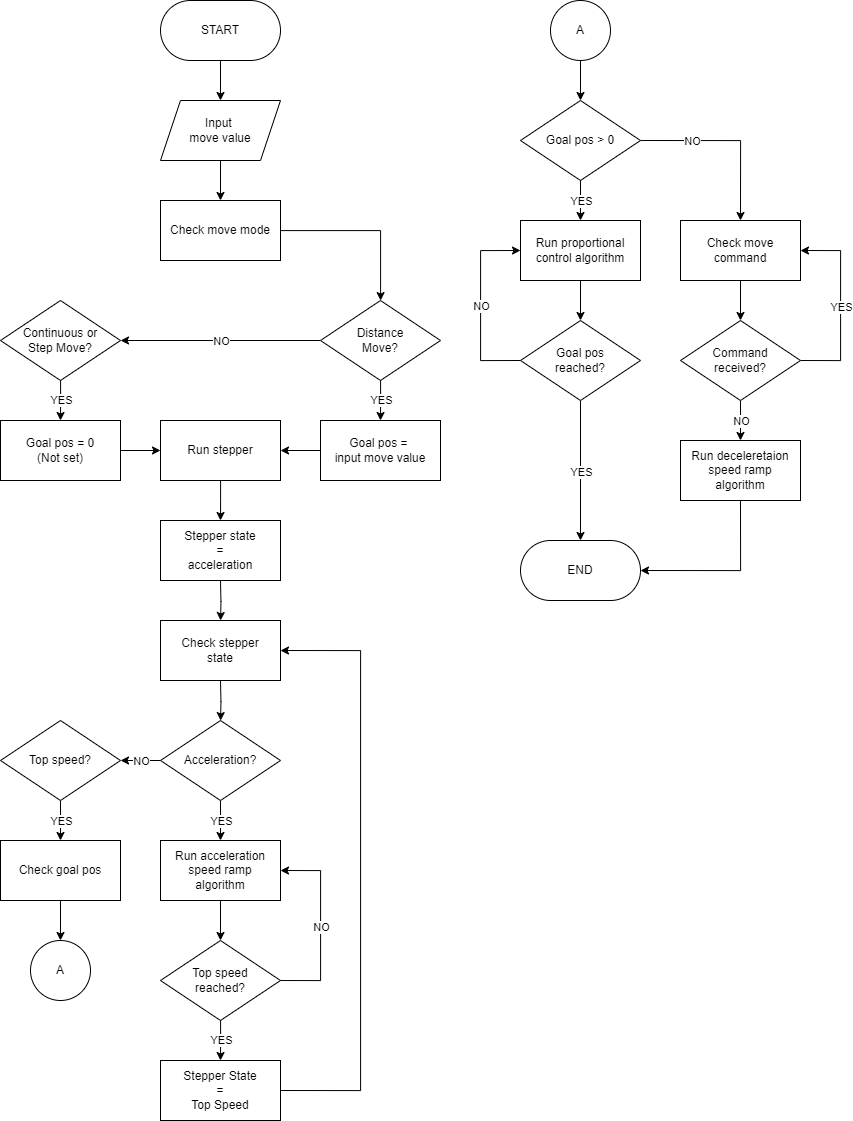
Before: Breakdown/Exported/Algorithm Flowchart-Move Algorithm.png, a diagram exported from draw.io (AlfonsusGiovanni/Welding-Arm-Manipulator). Source tidied: cells renumbered, new cells last; positions are measured from the earlier drawing's top-left corner, leaving out a move shared by most shapes.
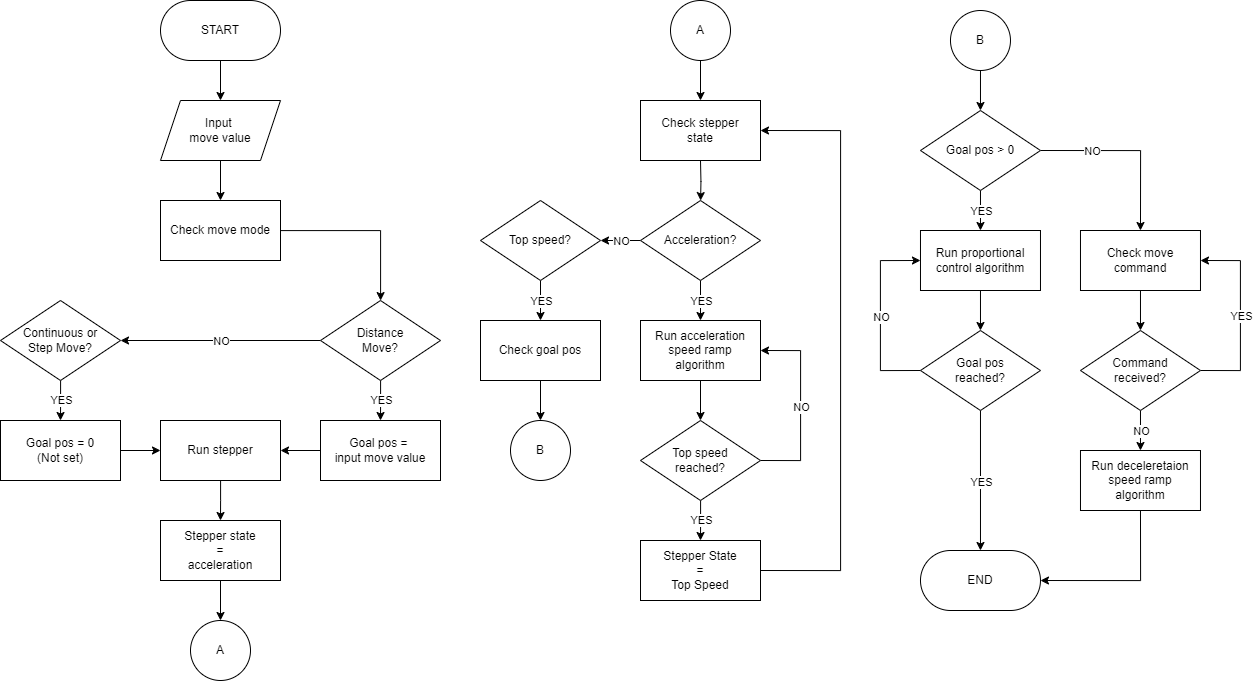
After the change.

Diff of the diagram source:
```diff
@@ -69,7 +69,7 @@
       <mxGeometry relative="1" as="geometry" />
     </mxCell>
     <mxCell id="22" value="Acceleration?" style="rhombus;whiteSpace=wrap;html=1;" parent="1" vertex="1">
-      <mxGeometry x="160" y="720" width="120" height="80" as="geometry" />
+      <mxGeometry x="640" y="200" width="120" height="80" as="geometry" />
     </mxCell>
     <mxCell id="23" style="edgeStyle=orthogonalEdgeStyle;rounded=0;jettySize=auto;html=1;" parent="1" edge="1" source="25" target="46">
       <mxGeometry relative="1" as="geometry" />
@@ -78,30 +78,30 @@
       <mxGeometry relative="1" as="geometry" />
     </mxCell>
     <mxCell id="25" value="Top speed?" style="rhombus;whiteSpace=wrap;html=1;" parent="1" vertex="1">
-      <mxGeometry y="720" width="120" height="80" as="geometry" />
+      <mxGeometry x="480" y="200" width="120" height="80" as="geometry" />
     </mxCell>
     <mxCell id="26" style="edgeStyle=orthogonalEdgeStyle;rounded=0;jettySize=auto;html=1;" parent="1" edge="1" target="22">
       <mxGeometry relative="1" as="geometry">
-        <mxPoint x="220" y="680" as="sourcePoint" />
+        <mxPoint x="700" y="160" as="sourcePoint" />
       </mxGeometry>
     </mxCell>
     <mxCell id="27" style="edgeStyle=orthogonalEdgeStyle;rounded=0;jettySize=auto;html=1;" parent="1" edge="1" source="28" target="35">
       <mxGeometry relative="1" as="geometry" />
     </mxCell>
     <mxCell id="28" value="Run acceleration&lt;div&gt;speed ramp&lt;/div&gt;&lt;div&gt;algorithm&lt;/div&gt;" style="rounded=0;whiteSpace=wrap;html=1;" parent="1" vertex="1">
-      <mxGeometry x="160" y="840" width="120" height="60" as="geometry" />
+      <mxGeometry x="640" y="320" width="120" height="60" as="geometry" />
     </mxCell>
     <mxCell id="29" style="edgeStyle=orthogonalEdgeStyle;rounded=0;jettySize=auto;html=1;" parent="1" edge="1" source="30" target="41">
       <mxGeometry relative="1" as="geometry" />
     </mxCell>
     <mxCell id="30" value="Run proportional&lt;div&gt;control algorithm&lt;/div&gt;" style="rounded=0;whiteSpace=wrap;html=1;" parent="1" vertex="1">
-      <mxGeometry x="520" y="220" width="120" height="60" as="geometry" />
+      <mxGeometry x="920" y="230" width="120" height="60" as="geometry" />
     </mxCell>
     <mxCell id="31" style="edgeStyle=orthogonalEdgeStyle;rounded=0;jettySize=auto;html=1;exitX=1;exitY=0.5;exitDx=0;exitDy=0;entryX=1;entryY=0.5;entryDx=0;entryDy=0;" parent="1" edge="1" source="35" target="28">
       <mxGeometry relative="1" as="geometry">
         <Array as="points">
-          <mxPoint x="320" y="980" />
-          <mxPoint x="320" y="870" />
+          <mxPoint x="800" y="460" />
+          <mxPoint x="800" y="350" />
         </Array>
       </mxGeometry>
     </mxCell>
@@ -110,20 +110,20 @@
     </mxCell>
     <mxCell id="33" style="edgeStyle=orthogonalEdgeStyle;rounded=0;jettySize=auto;html=1;" parent="1" edge="1" source="35">
       <mxGeometry relative="1" as="geometry">
-        <mxPoint x="220" y="1060" as="targetPoint" />
+        <mxPoint x="700" y="540" as="targetPoint" />
       </mxGeometry>
     </mxCell>
     <mxCell id="34" value="YES" style="edgeLabel;html=1;align=center;verticalAlign=middle;" parent="33" vertex="1">
       <mxGeometry relative="1" as="geometry" />
     </mxCell>
     <mxCell id="35" value="Top speed&lt;div&gt;reached?&lt;/div&gt;" style="rhombus;whiteSpace=wrap;html=1;" parent="1" vertex="1">
-      <mxGeometry x="160" y="940" width="120" height="80" as="geometry" />
+      <mxGeometry x="640" y="420" width="120" height="80" as="geometry" />
     </mxCell>
     <mxCell id="36" style="edgeStyle=orthogonalEdgeStyle;rounded=0;jettySize=auto;html=1;exitX=1;exitY=0.5;exitDx=0;exitDy=0;entryX=1;entryY=0.5;entryDx=0;entryDy=0;" parent="1" edge="1" source="69" target="43">
       <mxGeometry relative="1" as="geometry">
         <Array as="points">
-          <mxPoint x="360" y="1090" />
-          <mxPoint x="360" y="650" />
+          <mxPoint x="840" y="570" />
+          <mxPoint x="840" y="130" />
         </Array>
       </mxGeometry>
     </mxCell>
@@ -136,8 +136,8 @@
     <mxCell id="39" style="edgeStyle=orthogonalEdgeStyle;rounded=0;jettySize=auto;html=1;exitX=0;exitY=0.5;exitDx=0;exitDy=0;entryX=0;entryY=0.5;entryDx=0;entryDy=0;" parent="1" edge="1" source="41" target="30">
       <mxGeometry relative="1" as="geometry">
         <Array as="points">
-          <mxPoint x="480" y="360" />
-          <mxPoint x="480" y="250" />
+          <mxPoint x="880" y="370" />
+          <mxPoint x="880" y="260" />
         </Array>
       </mxGeometry>
     </mxCell>
@@ -145,24 +145,19 @@
       <mxGeometry relative="1" as="geometry" />
     </mxCell>
     <mxCell id="41" value="Goal pos&lt;div&gt;reached?&lt;/div&gt;" style="rhombus;whiteSpace=wrap;html=1;" parent="1" vertex="1">
-      <mxGeometry x="520" y="320" width="120" height="80" as="geometry" />
+      <mxGeometry x="920" y="330" width="120" height="80" as="geometry" />
     </mxCell>
     <mxCell id="42" value="END" style="rounded=1;whiteSpace=wrap;html=1;arcSize=50;" parent="1" vertex="1">
-      <mxGeometry x="520" y="540" width="120" height="60" as="geometry" />
+      <mxGeometry x="920" y="550" width="120" height="60" as="geometry" />
     </mxCell>
     <mxCell id="43" value="Check stepper&lt;div&gt;state&lt;/div&gt;" style="rounded=0;whiteSpace=wrap;html=1;" parent="1" vertex="1">
-      <mxGeometry x="160" y="620" width="120" height="60" as="geometry" />
+      <mxGeometry x="640" y="100" width="120" height="60" as="geometry" />
     </mxCell>
-    <mxCell id="44" style="edgeStyle=orthogonalEdgeStyle;rounded=0;jettySize=auto;html=1;" parent="1" edge="1" target="43">
-      <mxGeometry relative="1" as="geometry">
-        <mxPoint x="220" y="580" as="sourcePoint" />
-      </mxGeometry>
-    </mxCell>
     <mxCell id="45" style="edgeStyle=orthogonalEdgeStyle;rounded=0;jettySize=auto;html=1;" parent="1" edge="1" source="46" target="52">
       <mxGeometry relative="1" as="geometry" />
     </mxCell>
     <mxCell id="46" value="Check goal pos" style="rounded=0;whiteSpace=wrap;html=1;" parent="1" vertex="1">
-      <mxGeometry y="840" width="120" height="60" as="geometry" />
+      <mxGeometry x="480" y="320" width="120" height="60" as="geometry" />
     </mxCell>
     <mxCell id="47" style="edgeStyle=orthogonalEdgeStyle;rounded=0;jettySize=auto;html=1;" parent="1" edge="1" source="51" target="30">
       <mxGeometry relative="1" as="geometry" />
@@ -179,28 +174,28 @@
       </mxGeometry>
     </mxCell>
     <mxCell id="51" value="Goal pos &amp;gt; 0" style="rhombus;whiteSpace=wrap;html=1;" parent="1" vertex="1">
-      <mxGeometry x="520" y="100" width="120" height="80" as="geometry" />
+      <mxGeometry x="920" y="110" width="120" height="80" as="geometry" />
     </mxCell>
-    <mxCell id="52" value="A" style="ellipse;whiteSpace=wrap;html=1;" parent="1" vertex="1">
-      <mxGeometry x="30" y="940" width="60" height="60" as="geometry" />
+    <mxCell id="52" value="B" style="ellipse;whiteSpace=wrap;html=1;" parent="1" vertex="1">
+      <mxGeometry x="510" y="420" width="60" height="60" as="geometry" />
     </mxCell>
     <mxCell id="53" style="edgeStyle=orthogonalEdgeStyle;rounded=0;jettySize=auto;html=1;" parent="1" edge="1" source="54" target="51">
       <mxGeometry relative="1" as="geometry" />
     </mxCell>
-    <mxCell id="54" value="A" style="ellipse;whiteSpace=wrap;html=1;" parent="1" vertex="1">
-      <mxGeometry x="550" width="60" height="60" as="geometry" />
+    <mxCell id="54" value="B" style="ellipse;whiteSpace=wrap;html=1;" parent="1" vertex="1">
+      <mxGeometry x="950" y="10" width="60" height="60" as="geometry" />
     </mxCell>
     <mxCell id="55" style="edgeStyle=orthogonalEdgeStyle;rounded=0;jettySize=auto;html=1;" parent="1" edge="1" source="56" target="61">
       <mxGeometry relative="1" as="geometry" />
     </mxCell>
     <mxCell id="56" value="Check move&lt;div&gt;command&lt;/div&gt;" style="rounded=0;whiteSpace=wrap;html=1;" parent="1" vertex="1">
-      <mxGeometry x="680" y="220" width="120" height="60" as="geometry" />
+      <mxGeometry x="1080" y="230" width="120" height="60" as="geometry" />
     </mxCell>
     <mxCell id="57" style="edgeStyle=orthogonalEdgeStyle;rounded=0;jettySize=auto;html=1;exitX=1;exitY=0.5;exitDx=0;exitDy=0;entryX=1;entryY=0.5;entryDx=0;entryDy=0;" parent="1" edge="1" source="61" target="56">
       <mxGeometry relative="1" as="geometry">
         <Array as="points">
-          <mxPoint x="840" y="360" />
-          <mxPoint x="840" y="250" />
+          <mxPoint x="1240" y="370" />
+          <mxPoint x="1240" y="260" />
         </Array>
       </mxGeometry>
     </mxCell>
@@ -214,14 +209,17 @@
       <mxGeometry relative="1" as="geometry" />
     </mxCell>
     <mxCell id="61" value="Command&lt;div&gt;received?&lt;/div&gt;" style="rhombus;whiteSpace=wrap;html=1;" parent="1" vertex="1">
-      <mxGeometry x="680" y="320" width="120" height="80" as="geometry" />
+      <mxGeometry x="1080" y="330" width="120" height="80" as="geometry" />
     </mxCell>
     <mxCell id="62" style="edgeStyle=orthogonalEdgeStyle;rounded=0;jettySize=auto;html=1;exitX=0.5;exitY=1;exitDx=0;exitDy=0;entryX=1;entryY=0.5;entryDx=0;entryDy=0;" parent="1" edge="1" source="63" target="42">
       <mxGeometry relative="1" as="geometry" />
     </mxCell>
     <mxCell id="63" value="Run deceleretaion speed r&lt;span style=&quot;background-color: initial;&quot;&gt;amp&lt;/span&gt;&lt;div&gt;&lt;span style=&quot;background-color: initial;&quot;&gt;algorithm&lt;/span&gt;&lt;/div&gt;" style="rounded=0;whiteSpace=wrap;html=1;" parent="1" vertex="1">
-      <mxGeometry x="680" y="440" width="120" height="60" as="geometry" />
+      <mxGeometry x="1080" y="450" width="120" height="60" as="geometry" />
     </mxCell>
+    <mxCell id="70" style="edgeStyle=orthogonalEdgeStyle;rounded=0;jettySize=auto;html=1;" parent="1" edge="1" source="64" target="73">
+      <mxGeometry relative="1" as="geometry" />
+    </mxCell>
     <mxCell id="64" value="Stepper state&lt;div&gt;=&lt;/div&gt;&lt;div&gt;acceleration&lt;/div&gt;" style="rounded=0;whiteSpace=wrap;html=1;" parent="1" vertex="1">
       <mxGeometry x="160" y="520" width="120" height="60" as="geometry" />
     </mxCell>
@@ -238,7 +236,16 @@
       <mxGeometry x="320" y="420" width="120" height="60" as="geometry" />
     </mxCell>
     <mxCell id="69" value="Stepper State&lt;div&gt;=&lt;/div&gt;&lt;div&gt;Top Speed&lt;/div&gt;" style="rounded=0;whiteSpace=wrap;html=1;" parent="1" vertex="1">
-      <mxGeometry x="160" y="1060" width="120" height="60" as="geometry" />
+      <mxGeometry x="640" y="540" width="120" height="60" as="geometry" />
     </mxCell>
+    <mxCell id="71" style="edgeStyle=orthogonalEdgeStyle;rounded=0;jettySize=auto;html=1;" parent="1" edge="1" source="72" target="43">
+      <mxGeometry relative="1" as="geometry" />
+    </mxCell>
+    <mxCell id="72" value="A" style="ellipse;whiteSpace=wrap;html=1;" parent="1" vertex="1">
+      <mxGeometry x="670" width="60" height="60" as="geometry" />
+    </mxCell>
+    <mxCell id="73" value="A" style="ellipse;whiteSpace=wrap;html=1;" parent="1" vertex="1">
+      <mxGeometry x="190" y="620" width="60" height="60" as="geometry" />
+    </mxCell>
   </root>
 </mxGraphModel>
```
